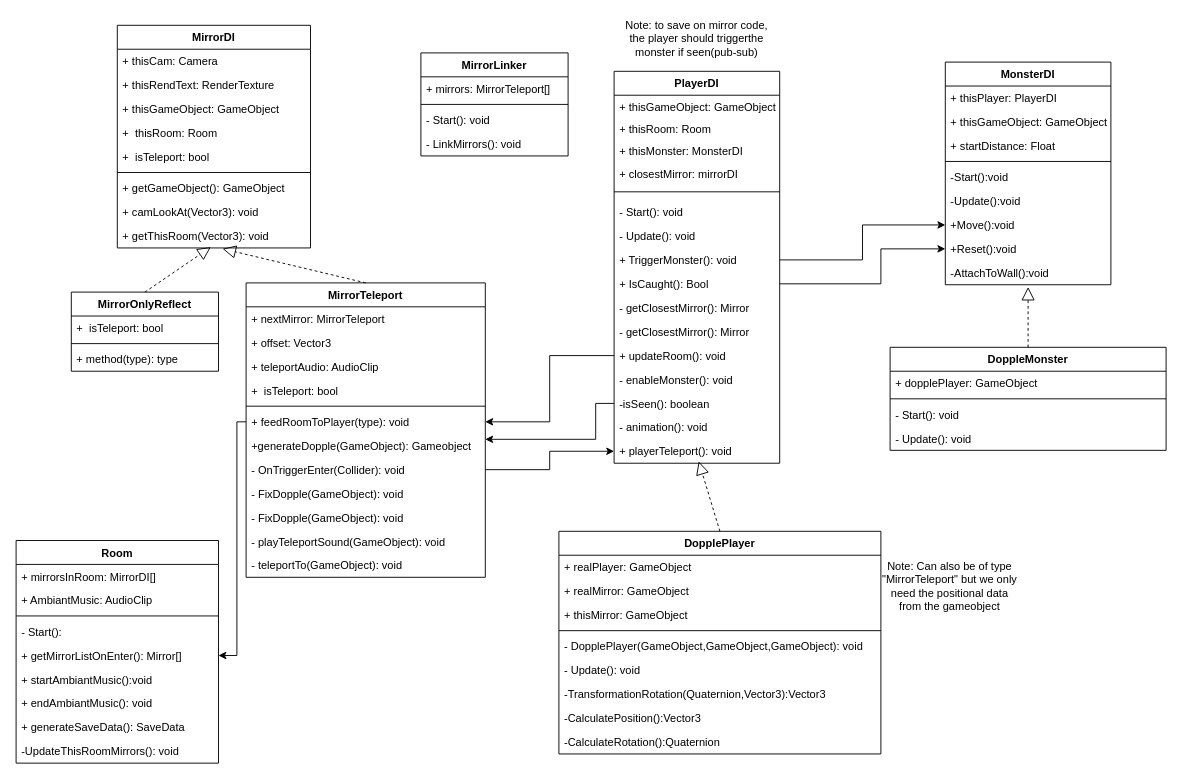
The draw.io diagram mirrorClasses.drawio in birdboiboi/No_Longer_Human, before the edit. Source tidied: cells renumbered, new cells numbered last; positions are measured from the earlier drawing's top-left corner, leaving out a move shared by most shapes. Both pictures are drawn from the tidied source at 92%, with x=0, y=0 at pixel (16, 16).
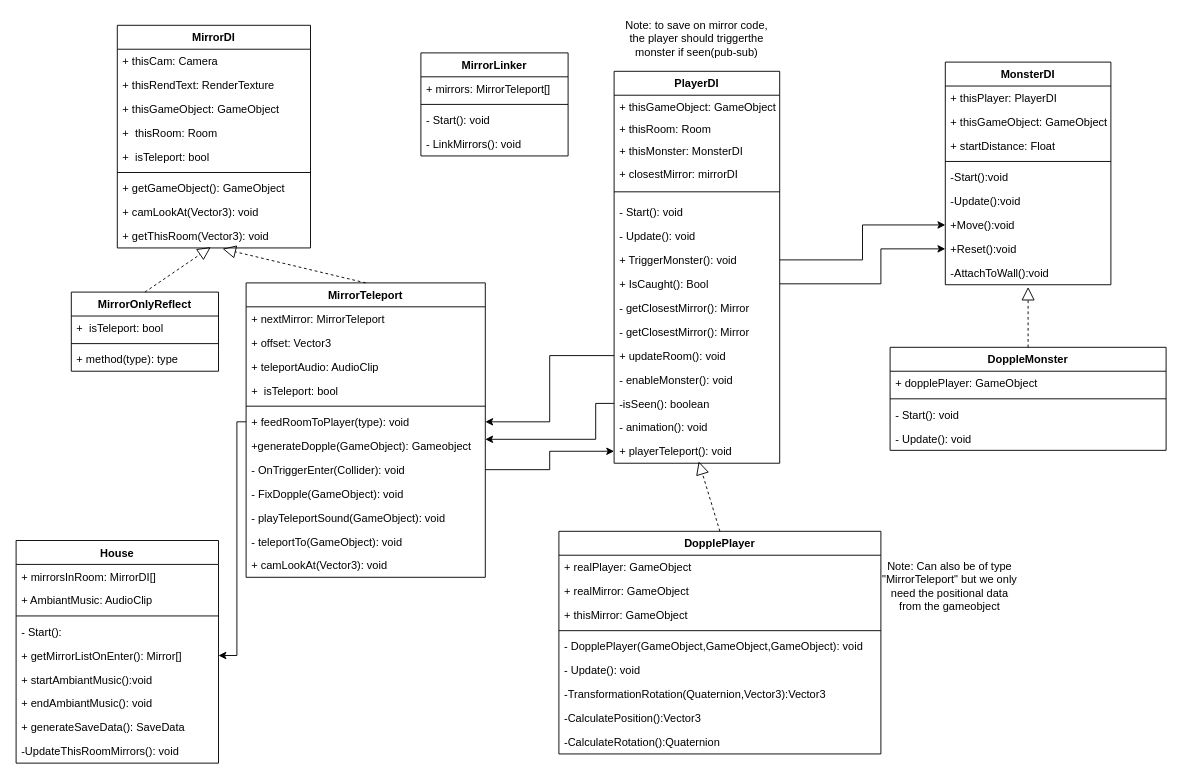
The same diagram, later.

Commit message:
changeswith yasmine's inputs certain syntexs mirror class was updated

The change refers to these unchanged cells:
```xml
<mxCell id="40" value="MirrorTeleport" style="swimlane;fontStyle=1;align=center;verticalAlign=top;horizontal=1;startSize=26;" parent="1" vertex="1">
  <mxGeometry x="250" y="290" width="260" height="320" as="geometry" />
</mxCell>
```

Diff of the diagram source:
```diff
@@
-    <mxCell id="30" value="Room" style="swimlane;fontStyle=1;align=center;verticalAlign=top;horizontal=1;startSize=26;" parent="1" vertex="1">
+    <mxCell id="30" value="House" style="swimlane;fontStyle=1;align=center;verticalAlign=top;horizontal=1;startSize=26;" parent="1" vertex="1">
       <mxGeometry y="570" width="220" height="242" as="geometry" />
     </mxCell>
@@
-    <mxCell id="50" value="- FixDopple(GameObject): void" style="text;strokeColor=none;fillColor=none;align=left;verticalAlign=top;spacingLeft=4;spacingRight=4;overflow=hidden;" parent="40" vertex="1">
-      <mxGeometry y="242" width="260" height="26" as="geometry" />
-    </mxCell>
     <mxCell id="51" value="- playTeleportSound(GameObject): void" style="text;strokeColor=none;fillColor=none;align=left;verticalAlign=top;spacingLeft=4;spacingRight=4;overflow=hidden;" parent="40" vertex="1">
-      <mxGeometry y="268" width="260" height="26" as="geometry" />
+      <mxGeometry y="242" width="260" height="26" as="geometry" />
     </mxCell>
     <mxCell id="52" value="- teleportTo(GameObject): void" style="text;strokeColor=none;fillColor=none;align=left;verticalAlign=top;spacingLeft=4;spacingRight=4;overflow=hidden;" parent="40" vertex="1">
-      <mxGeometry y="294" width="260" height="26" as="geometry" />
+      <mxGeometry y="268" width="260" height="26" as="geometry" />
     </mxCell>
+    <mxCell id="98" value="+ camLookAt(Vector3): void" style="text;strokeColor=none;fillColor=none;align=left;verticalAlign=top;spacingLeft=4;spacingRight=4;overflow=hidden;" parent="40" vertex="1">
+      <mxGeometry y="294" width="260" height="26" as="geometry" />
+    </mxCell>
```
